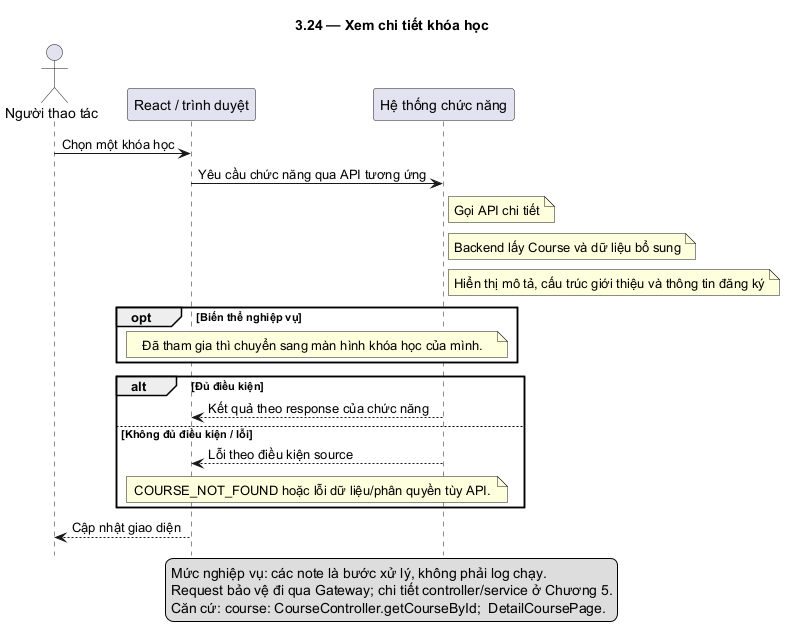
This is docs/diagrams/plantuml/Hình_3.24__Xem_chi_tiết_khóa_học.png from nguyenminhtri15022006-art/LMS, a PlantUML export, as it was before one commit. Source of this version:
```plantuml
@startuml
skinparam defaultFontName DejaVu Sans
skinparam shadowing false
hide footbox
title 3.24 — Xem chi tiết khóa học
actor "Người thao tác" as U
participant "React / trình duyệt" as F
participant "Hệ thống chức năng" as B
U -> F: Chọn một khóa học
F -> B: Yêu cầu chức năng qua API tương ứng
note right of B: Gọi API chi tiết
note right of B: Backend lấy Course và dữ liệu bổ sung
note right of B: Hiển thị mô tả, cấu trúc giới thiệu và thông tin đăng ký
opt Biến thể nghiệp vụ
note over F,B: Đã tham gia thì chuyển sang màn hình khóa học của mình.
end
alt Đủ điều kiện
B --> F: Kết quả theo response của chức năng
else Không đủ điều kiện / lỗi
B --> F: Lỗi theo điều kiện source
note over F,B: COURSE_NOT_FOUND hoặc lỗi dữ liệu/phân quyền tùy API.
end
F --> U: Cập nhật giao diện
legend bottom
Mức nghiệp vụ: các note là bước xử lý, không phải log chạy.
Request bảo vệ đi qua Gateway; chi tiết controller/service ở Chương 5.
Căn cứ: course: CourseController.getCourseById;  DetailCoursePage.
endlegend
@enduml
```
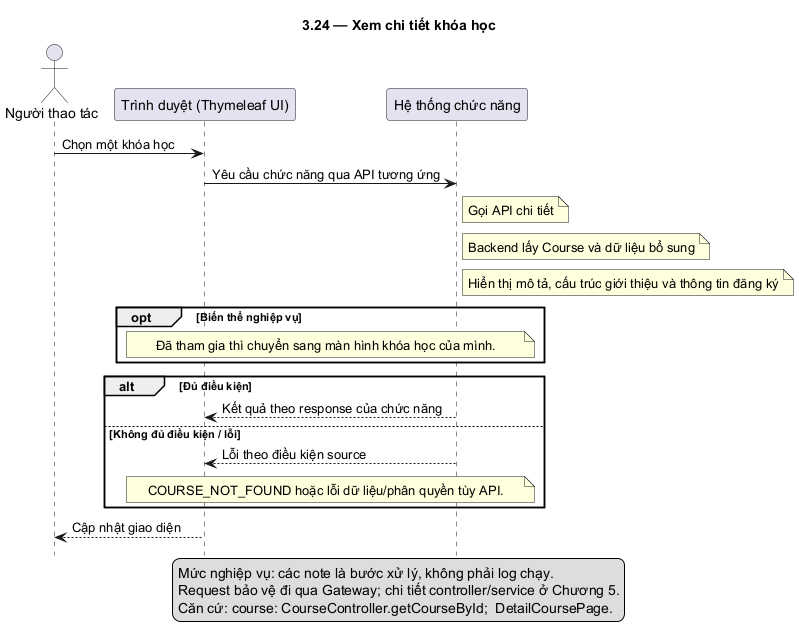
After the change.

What changed in the source:
```diff
@@ -4,7 +4,7 @@
 hide footbox
 title 3.24 — Xem chi tiết khóa học
 actor "Người thao tác" as U
-participant "React / trình duyệt" as F
+participant "Trình duyệt (Thymeleaf UI)" as F
 participant "Hệ thống chức năng" as B
 U -> F: Chọn một khóa học
 F -> B: Yêu cầu chức năng qua API tương ứng
```
